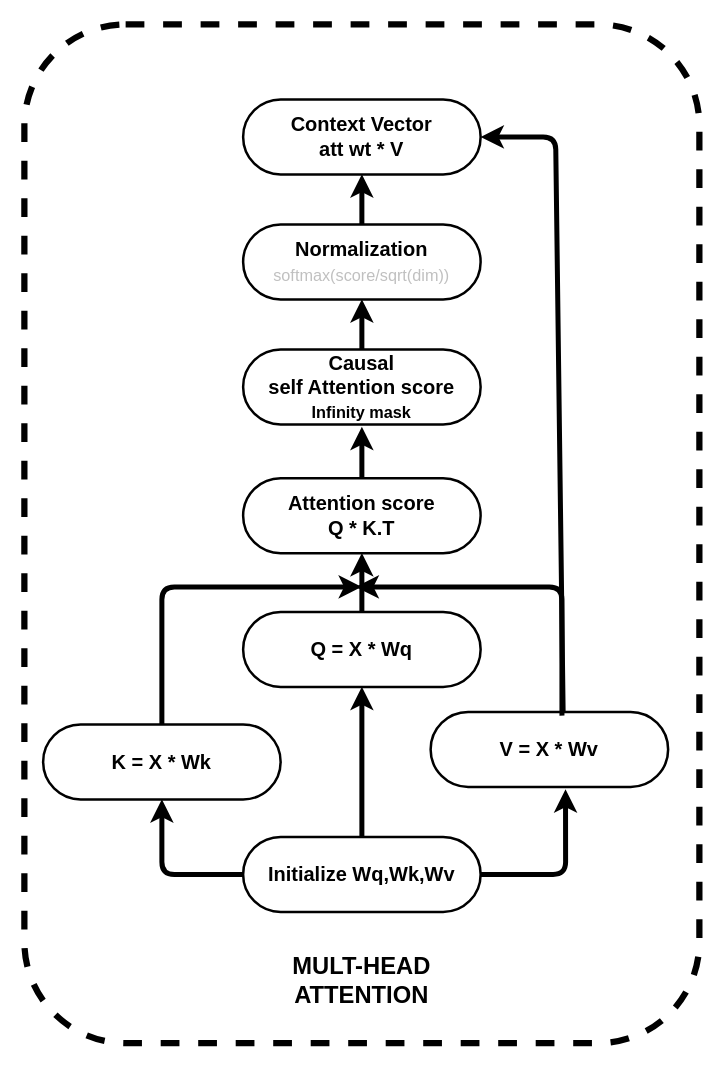
This is assets/genai/attention/excalidraws/multi-head-attention.drawio from samratkar/samratkar.github.io, a draw.io file, before an edit. Source tidied: cells renumbered, new cells numbered last; positions are measured from the earlier drawing's top-left corner, leaving out a move shared by most shapes. Both pictures are drawn from the tidied source at 125%, with x=0, y=0 at pixel (24, 24).
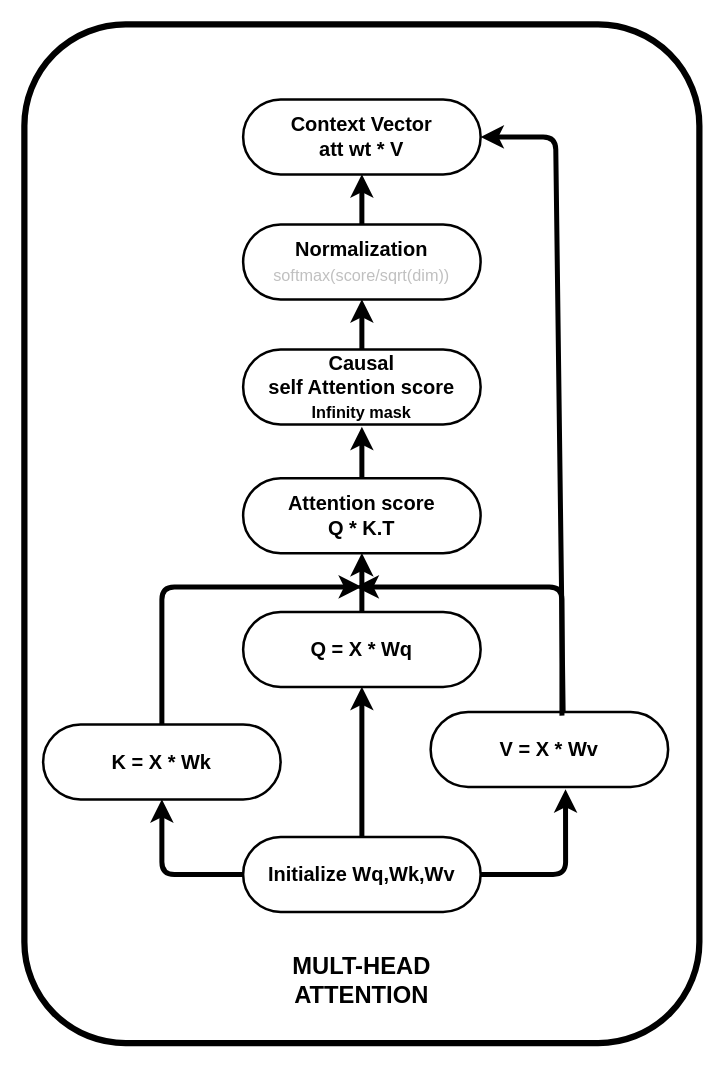
Above is the later version.

What changed in the source:
```diff
@@
-    <mxCell id="2" style="rounded=1;whiteSpace=wrap;html=1;dashed=1;fontSize=16;fontStyle=1;strokeWidth=5;fillColor=none;gradientColor=#7ea6e0;strokeColor=#000000;" parent="1" vertex="1">
+    <mxCell id="2" style="rounded=1;whiteSpace=wrap;html=1;fontSize=16;fontStyle=1;strokeWidth=5;fillColor=none;gradientColor=#7ea6e0;strokeColor=#000000;" parent="1" vertex="1">
       <mxGeometry width="540" height="815" as="geometry" />
     </mxCell>
```
